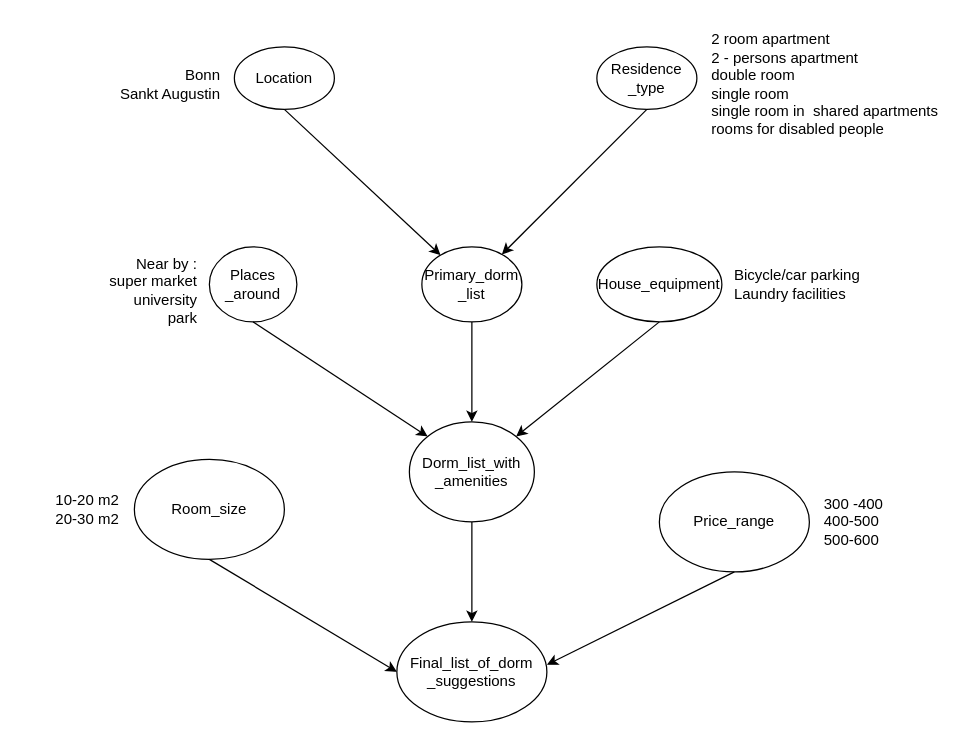
Before: hcir_basianNetwork.drawio in Oviya-Rajavel/foundationCourse, a draw.io diagram. Source tidied: cells renumbered, new cells numbered last; positions are measured from the earlier drawing's top-left corner, leaving out a move shared by most shapes. Both pictures are drawn from the tidied source at 125%, with x=0, y=0 at pixel (21, 21).
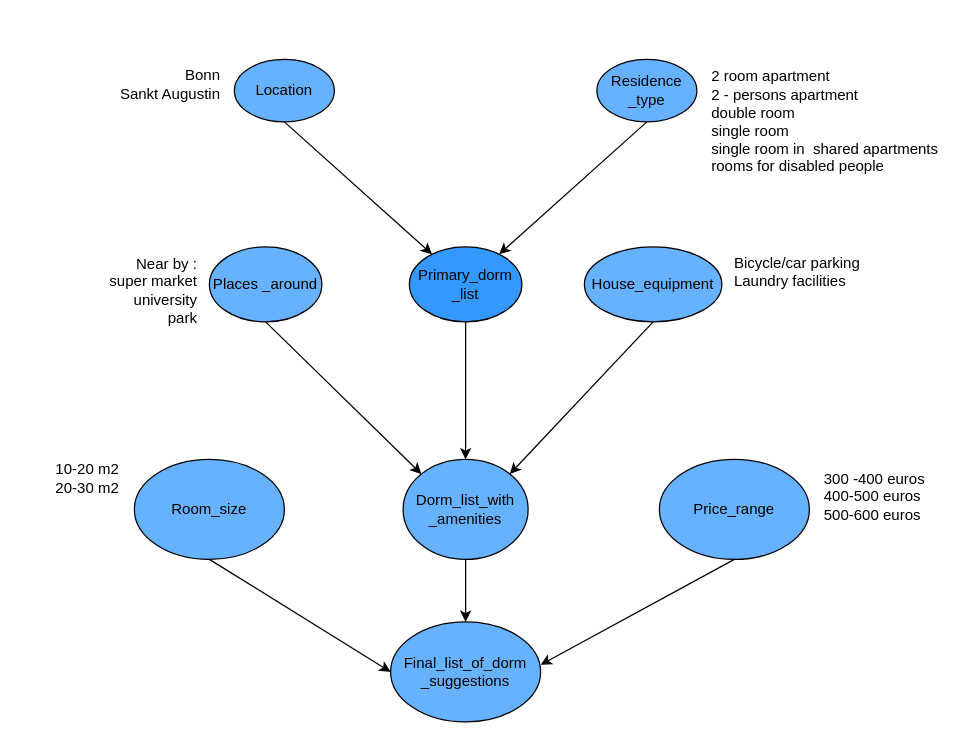
After the change.

What changed in the source:
```diff
@@
-    <mxCell id="2" value="Location" style="ellipse;whiteSpace=wrap;html=1;" parent="1" vertex="1">
-      <mxGeometry x="170" y="20" width="80" height="50" as="geometry" />
+    <mxCell id="2" value="Location" style="ellipse;whiteSpace=wrap;html=1;fillColor=#66B2FF;" parent="1" vertex="1">
+      <mxGeometry x="170" y="30" width="80" height="50" as="geometry" />
     </mxCell>
@@
-    <mxCell id="4" value="Residence _type" style="ellipse;whiteSpace=wrap;html=1;" parent="1" vertex="1">
-      <mxGeometry x="460" y="20" width="80" height="50" as="geometry" />
+    <mxCell id="4" value="Residence _type" style="ellipse;whiteSpace=wrap;html=1;fillColor=#66B2FF;" parent="1" vertex="1">
+      <mxGeometry x="460" y="30" width="80" height="50" as="geometry" />
     </mxCell>
     <mxCell id="5" value="2 room apartment&lt;br&gt;2 - persons apartment&lt;br&gt;double room&lt;br&gt;single room&lt;br&gt;single room in&amp;nbsp; shared apartments&lt;br&gt;rooms for disabled people" style="text;html=1;align=left;verticalAlign=middle;strokeColor=none;fillColor=none;" parent="1" vertex="1">
-      <mxGeometry x="550" width="200" height="100" as="geometry" />
+      <mxGeometry x="550" y="30" width="200" height="100" as="geometry" />
     </mxCell>
@@
-    <mxCell id="7" value="Primary_dorm&lt;br&gt;_list" style="ellipse;whiteSpace=wrap;html=1;" parent="1" vertex="1">
-      <mxGeometry x="320" y="180" width="80" height="60" as="geometry" />
+    <mxCell id="7" value="Primary_dorm&lt;br&gt;_list" style="ellipse;whiteSpace=wrap;html=1;fillColor=#3399FF;" parent="1" vertex="1">
+      <mxGeometry x="310" y="180" width="90" height="60" as="geometry" />
     </mxCell>
@@
-    <mxCell id="10" value="House_equipment" style="ellipse;whiteSpace=wrap;html=1;" parent="1" vertex="1">
-      <mxGeometry x="460" y="180" width="100" height="60" as="geometry" />
+    <mxCell id="10" value="House_equipment" style="ellipse;whiteSpace=wrap;html=1;fillColor=#66B2FF;" parent="1" vertex="1">
+      <mxGeometry x="450" y="180" width="110" height="60" as="geometry" />
     </mxCell>
     <mxCell id="11" value="&lt;div style=&quot;text-align: left;&quot;&gt;&lt;span style=&quot;background-color: initial;&quot;&gt;Bicycle/car parking&lt;/span&gt;&lt;/div&gt;&lt;div style=&quot;text-align: left;&quot;&gt;&lt;span style=&quot;background-color: initial;&quot;&gt;Laundry facilities&lt;/span&gt;&lt;/div&gt;" style="text;html=1;align=center;verticalAlign=middle;strokeColor=none;fillColor=none;" parent="1" vertex="1">
-      <mxGeometry x="560" y="190" width="120" height="40" as="geometry" />
+      <mxGeometry x="560" y="180" width="120" height="40" as="geometry" />
     </mxCell>
-    <mxCell id="12" value="Places _around" style="ellipse;whiteSpace=wrap;html=1;" parent="1" vertex="1">
-      <mxGeometry x="150" y="180" width="70" height="60" as="geometry" />
+    <mxCell id="12" value="Places _around" style="ellipse;whiteSpace=wrap;html=1;fillColor=#66B2FF;" parent="1" vertex="1">
+      <mxGeometry x="150" y="180" width="90" height="60" as="geometry" />
     </mxCell>
@@
-    <mxCell id="14" value="Dorm_list_with&lt;br&gt;_amenities" style="ellipse;whiteSpace=wrap;html=1;" parent="1" vertex="1">
-      <mxGeometry x="310" y="320" width="100" height="80" as="geometry" />
+    <mxCell id="14" value="Dorm_list_with&lt;br&gt;_amenities" style="ellipse;whiteSpace=wrap;html=1;fillColor=#66B2FF;" parent="1" vertex="1">
+      <mxGeometry x="305" y="350" width="100" height="80" as="geometry" />
     </mxCell>
@@
-    <mxCell id="17" value="Final_list_of_dorm _suggestions" style="ellipse;whiteSpace=wrap;html=1;" parent="1" vertex="1">
-      <mxGeometry x="300" y="480" width="120" height="80" as="geometry" />
+    <mxCell id="17" value="Final_list_of_dorm _suggestions" style="ellipse;whiteSpace=wrap;html=1;fillColor=#66B2FF;" parent="1" vertex="1">
+      <mxGeometry x="295" y="480" width="120" height="80" as="geometry" />
     </mxCell>
-    <mxCell id="18" value="Room_size" style="ellipse;whiteSpace=wrap;html=1;" parent="1" vertex="1">
+    <mxCell id="18" value="Room_size" style="ellipse;whiteSpace=wrap;html=1;fillColor=#66B2FF;" parent="1" vertex="1">
       <mxGeometry x="90" y="350" width="120" height="80" as="geometry" />
     </mxCell>
-    <mxCell id="19" value="Price_range" style="ellipse;whiteSpace=wrap;html=1;" parent="1" vertex="1">
-      <mxGeometry x="510" y="360" width="120" height="80" as="geometry" />
+    <mxCell id="19" value="Price_range" style="ellipse;whiteSpace=wrap;html=1;fillColor=#66B2FF;" parent="1" vertex="1">
+      <mxGeometry x="510" y="350" width="120" height="80" as="geometry" />
     </mxCell>
@@
     <mxCell id="23" value="10-20 m2&lt;br&gt;20-30 m2" style="text;html=1;strokeColor=none;fillColor=none;align=right;verticalAlign=middle;whiteSpace=wrap;rounded=0;" parent="1" vertex="1">
-      <mxGeometry y="375" width="80" height="30" as="geometry" />
+      <mxGeometry y="350" width="80" height="30" as="geometry" />
     </mxCell>
-    <mxCell id="24" value="300 -400&lt;br&gt;400-500&lt;br&gt;500-600" style="text;html=1;align=left;verticalAlign=middle;strokeColor=none;fillColor=none;" parent="1" vertex="1">
-      <mxGeometry x="640" y="370" width="70" height="60" as="geometry" />
+    <mxCell id="24" value="300 -400 euros&lt;br&gt;400-500 euros&lt;br&gt;500-600 euros" style="text;html=1;align=left;verticalAlign=middle;strokeColor=none;fillColor=none;" parent="1" vertex="1">
+      <mxGeometry x="640" y="350" width="100" height="60" as="geometry" />
     </mxCell>
```
